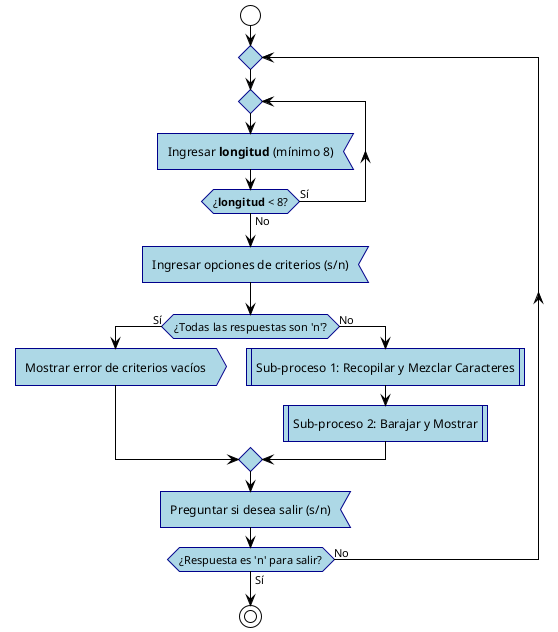
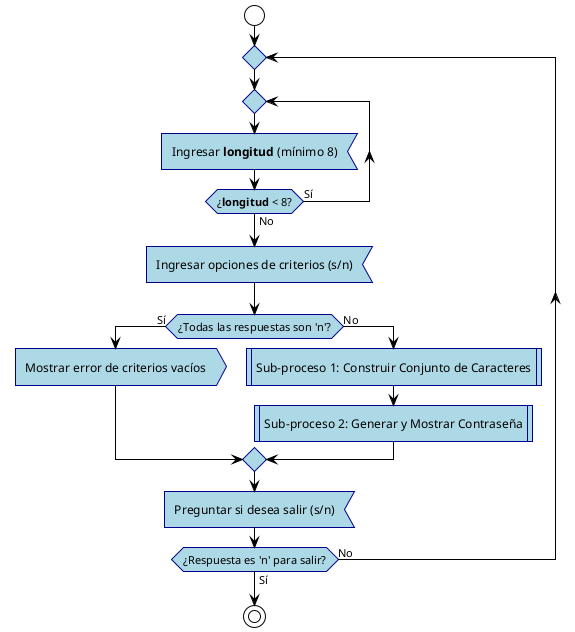
@startuml
!theme plain
skinparam roundcorner 0
skinparam activity {
  BackgroundColor lightblue
  BorderColor darkblue
  ArrowColor black
}

start

repeat
  repeat
    :Ingresar **longitud** (mínimo 8); <<input>>
  repeat while (¿**longitud** < 8?) is (Sí) not (No)

  :Ingresar opciones de criterios (s/n); <<input>>

  if (¿Todas las respuestas son 'n'?) then (Sí)
    :Mostrar error de criterios vacíos; <<output>>
  else (No)
-     :Sub-proceso 1: Recopilar y Mezclar Caracteres; <<procedure>>
-     :Sub-proceso 2: Barajar y Mostrar; <<procedure>>
+     :Sub-proceso 1: Construir Conjunto de Caracteres; <<procedure>>
+     :Sub-proceso 2: Generar y Mostrar Contraseña; <<procedure>>
  endif

  :Preguntar si desea salir (s/n); <<input>>

repeat while (¿Respuesta es 'n' para salir?) is (No) not (Sí)

stop
@enduml
